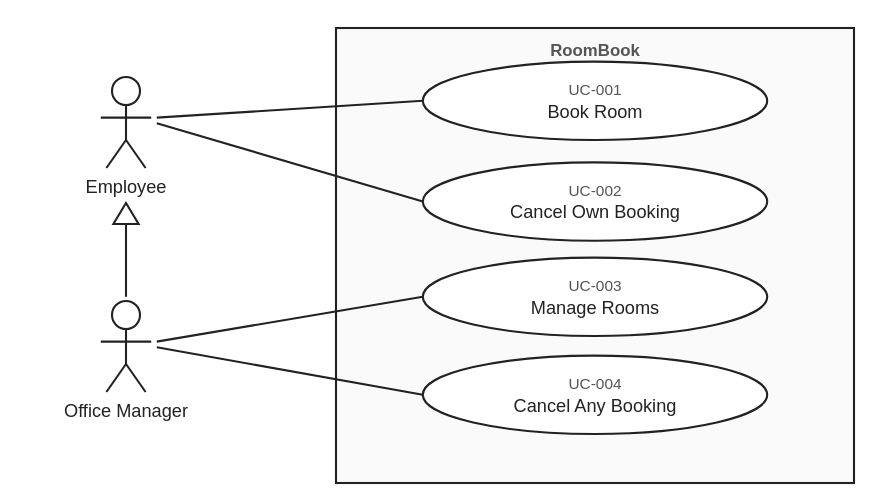
The PlantUML diagram docs/use_cases.svg in vesanieminen/spec-demo, before a commit. Its source is kept beside it as docs/use_cases.puml. The source it was exported from:
```plantuml
@startuml Use Cases Overview
left to right direction

actor "Employee" as employee
actor "Office Manager" as officeManager

employee <|-- officeManager

rectangle "RoomBook" {
    usecase "UC-001\nBook Room" as UC001
    usecase "UC-002\nCancel Own Booking" as UC002
    usecase "UC-003\nManage Rooms" as UC003
    usecase "UC-004\nCancel Any Booking" as UC004
}

employee --> UC001
employee --> UC002
officeManager --> UC003
officeManager --> UC004

@enduml
```
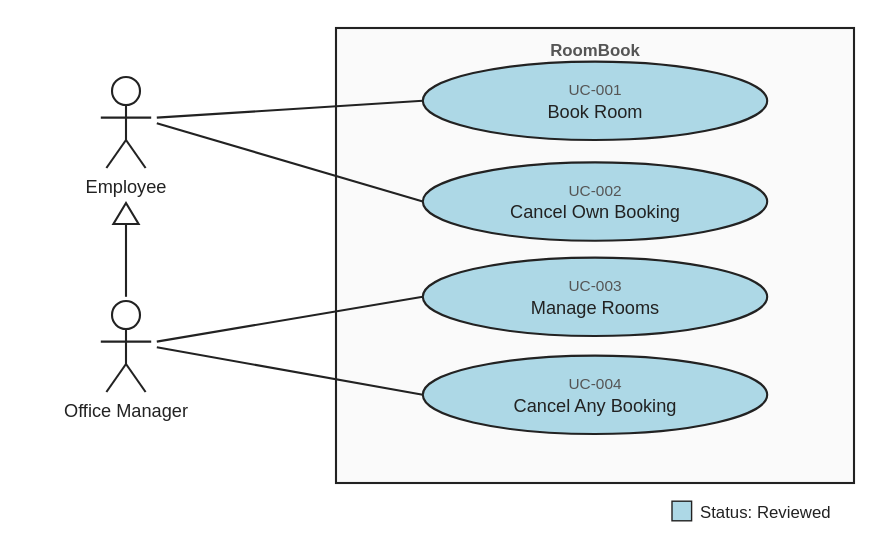
The same file after the commit.

Commit message:
Set UC-001 to UC-004 to Reviewed

What changed in the source:
```diff
@@ -7,10 +7,10 @@
 employee <|-- officeManager
 
 rectangle "RoomBook" {
-    usecase "UC-001\nBook Room" as UC001
-    usecase "UC-002\nCancel Own Booking" as UC002
-    usecase "UC-003\nManage Rooms" as UC003
-    usecase "UC-004\nCancel Any Booking" as UC004
+    usecase "UC-001\nBook Room" as UC001 #LightBlue
+    usecase "UC-002\nCancel Own Booking" as UC002 #LightBlue
+    usecase "UC-003\nManage Rooms" as UC003 #LightBlue
+    usecase "UC-004\nCancel Any Booking" as UC004 #LightBlue
 }
 
 employee --> UC001
@@ -18,4 +18,8 @@
 officeManager --> UC003
 officeManager --> UC004
 
+legend right
+  |<#LightBlue>| Status: Reviewed |
+endlegend
+
 @enduml
```
